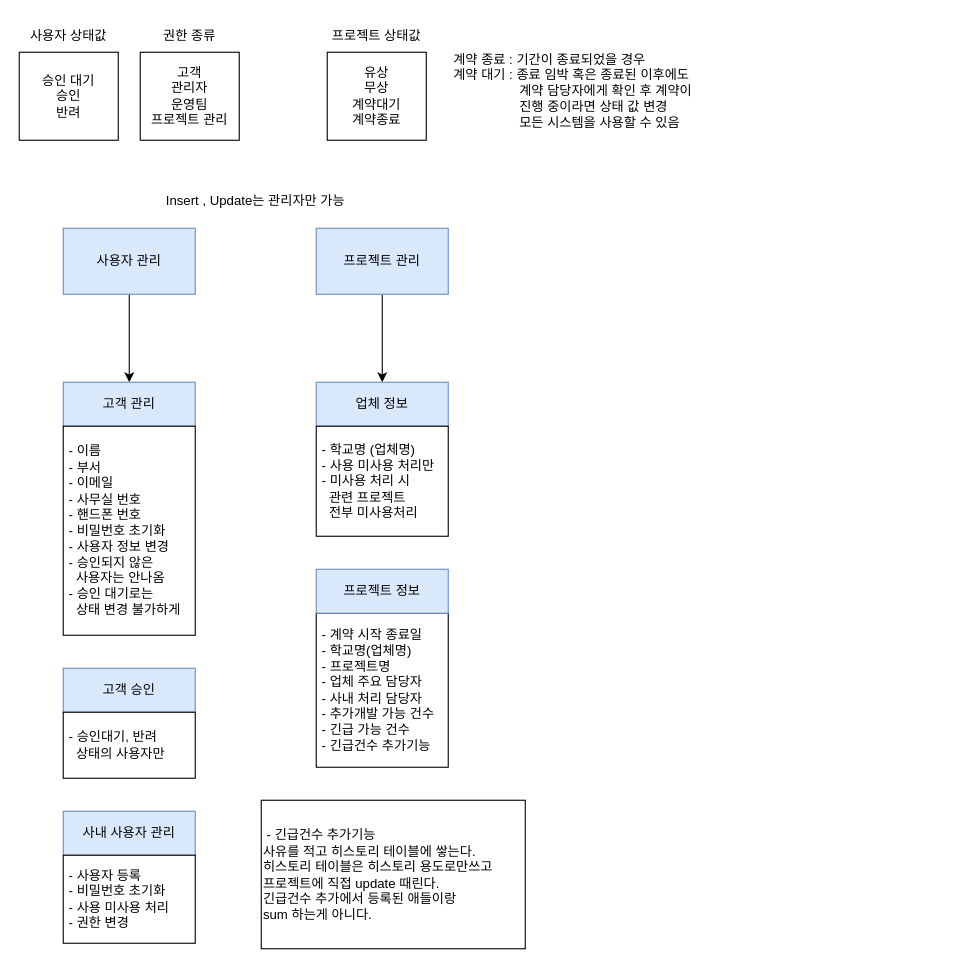
Earlier version of the draw.io diagram page "관리자 메뉴구성" (2 of 2) of alive-ticket-flow.drawio (HAR00N/draw.io). Source tidied: cells renumbered, new cells numbered last; positions are measured from the earlier drawing's top-left corner, leaving out a move shared by most shapes. Both pictures are drawn from the tidied source at 110%, with x=0, y=0 at pixel (19, 19).
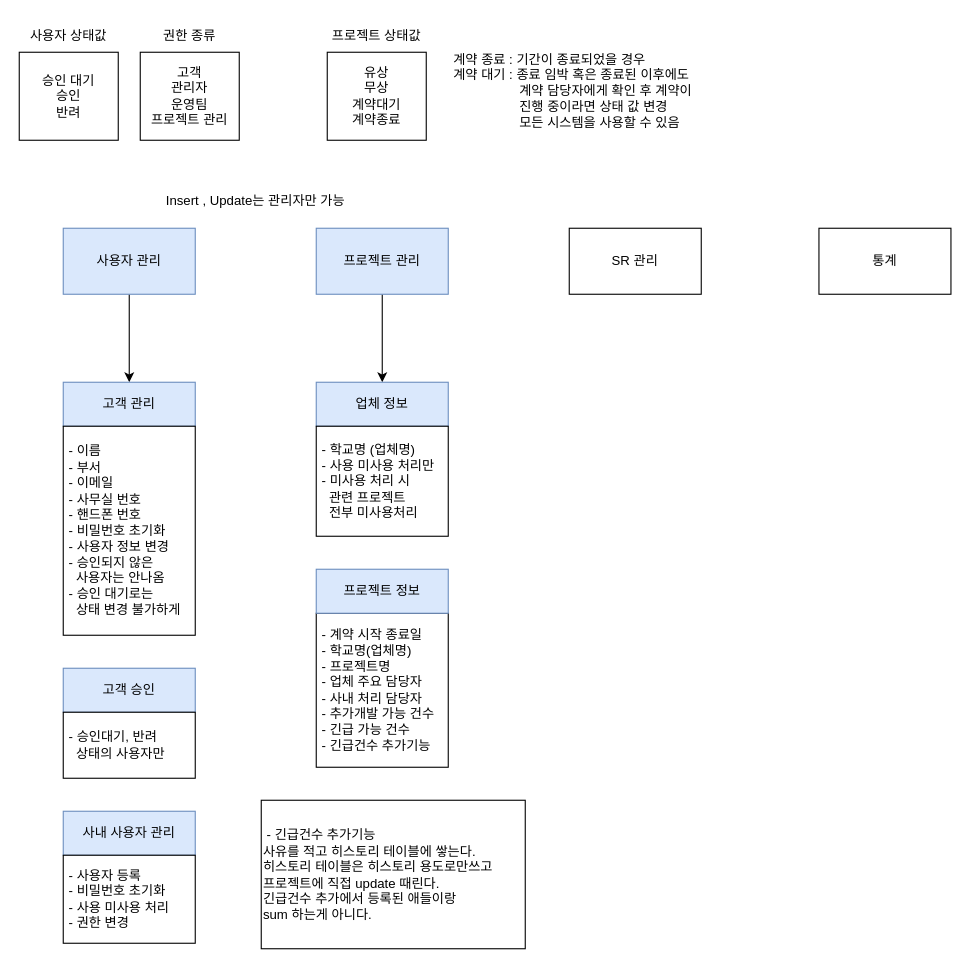
The same diagram, later.

Diff of the diagram source:
```diff
@@
+    <mxCell id="25" value="SR 관리" style="rounded=0;whiteSpace=wrap;html=1;" parent="1" vertex="1">
+      <mxGeometry x="500" y="190" width="120" height="60" as="geometry" />
+    </mxCell>
+    <mxCell id="26" value="통계" style="rounded=0;whiteSpace=wrap;html=1;" parent="1" vertex="1">
+      <mxGeometry x="727" y="190" width="120" height="60" as="geometry" />
+    </mxCell>
```
